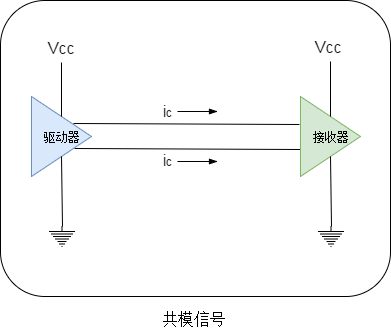
zhangqunwei/Image-material keeps this draw.io diagram as 2018-01-25-差模信号.png. Above is the earlier version. Source tidied: cells renumbered, new cells last; positions are measured from the earlier drawing's top-left corner, leaving out a move shared by most shapes.
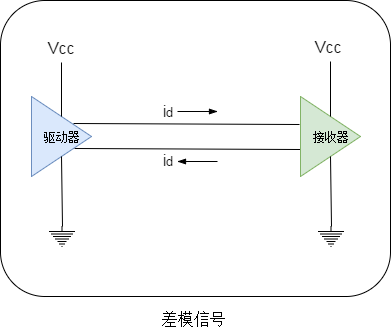
After the change.

Change to the diagram source:
```diff
@@ -66,7 +66,7 @@
     <mxCell id="18" value="Vcc" style="text;html=1;fontSize=16;shadow=0;fillColor=#ffffff;strokeColor=none;" parent="7" vertex="1">
       <mxGeometry x="283" width="50" height="30" as="geometry" />
     </mxCell>
-    <mxCell id="19" value="共模信号" style="text;html=1;strokeColor=none;fillColor=#ffffff;align=center;verticalAlign=middle;whiteSpace=wrap;rounded=0;shadow=0;fontSize=16;" parent="3" vertex="1">
+    <mxCell id="19" value="差模信号" style="text;html=1;strokeColor=none;fillColor=#ffffff;align=center;verticalAlign=middle;whiteSpace=wrap;rounded=0;shadow=0;fontSize=16;" parent="3" vertex="1">
       <mxGeometry x="78" y="308" width="230" height="20" as="geometry" />
     </mxCell>
     <mxCell id="20" style="endArrow=blockThin;html=1;shadow=0;fontSize=16;endFill=1;" parent="3" edge="1">
@@ -77,14 +77,14 @@
     </mxCell>
     <mxCell id="21" style="endArrow=blockThin;html=1;shadow=0;fontSize=16;endFill=1;" parent="3" edge="1">
       <mxGeometry relative="1" as="geometry">
-        <mxPoint x="177" y="161" as="sourcePoint" />
-        <mxPoint x="217" y="161" as="targetPoint" />
+        <mxPoint x="217" y="161" as="sourcePoint" />
+        <mxPoint x="177" y="161" as="targetPoint" />
       </mxGeometry>
     </mxCell>
-    <mxCell id="22" value="i&lt;span style=&quot;font-size: 13.3333px&quot;&gt;c&lt;/span&gt;" style="text;html=1;strokeColor=none;fillColor=none;align=center;verticalAlign=middle;whiteSpace=wrap;rounded=0;shadow=0;fontSize=16;" parent="3" vertex="1">
+    <mxCell id="22" value="i&lt;span style=&quot;font-size: 13.3333px&quot;&gt;d&lt;/span&gt;" style="text;html=1;strokeColor=none;fillColor=none;align=center;verticalAlign=middle;whiteSpace=wrap;rounded=0;shadow=0;fontSize=16;" parent="3" vertex="1">
       <mxGeometry x="147" y="100" width="40" height="20" as="geometry" />
     </mxCell>
-    <mxCell id="23" value="i&lt;span style=&quot;font-size: 13.3333px&quot;&gt;c&lt;/span&gt;" style="text;html=1;strokeColor=none;fillColor=none;align=center;verticalAlign=middle;whiteSpace=wrap;rounded=0;shadow=0;fontSize=16;" parent="3" vertex="1">
+    <mxCell id="23" value="i&lt;span style=&quot;font-size: 13.3333px&quot;&gt;d&lt;/span&gt;" style="text;html=1;strokeColor=none;fillColor=none;align=center;verticalAlign=middle;whiteSpace=wrap;rounded=0;shadow=0;fontSize=16;" parent="3" vertex="1">
       <mxGeometry x="147" y="149" width="40" height="20" as="geometry" />
     </mxCell>
     <mxCell id="24" style="edgeStyle=orthogonalEdgeStyle;rounded=0;html=1;exitX=0.75;exitY=1;entryX=0.75;entryY=1;dashed=1;jettySize=auto;orthogonalLoop=1;strokeColor=#00FF00;" parent="3" edge="1" source="22" target="22">
```
